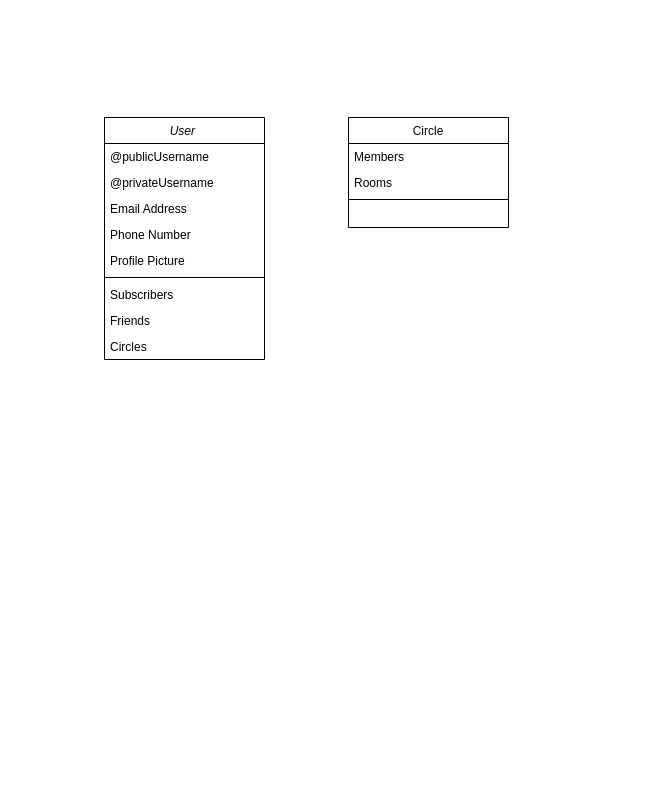
Before: MingleAir.drawio in qadeersan/MingleAir, a draw.io diagram. Source tidied: cells renumbered, new cells numbered last; positions are measured from the earlier drawing's top-left corner, leaving out a move shared by most shapes. Both pictures are drawn from the tidied source at 100%, with x=0, y=0 at pixel (104, 117).
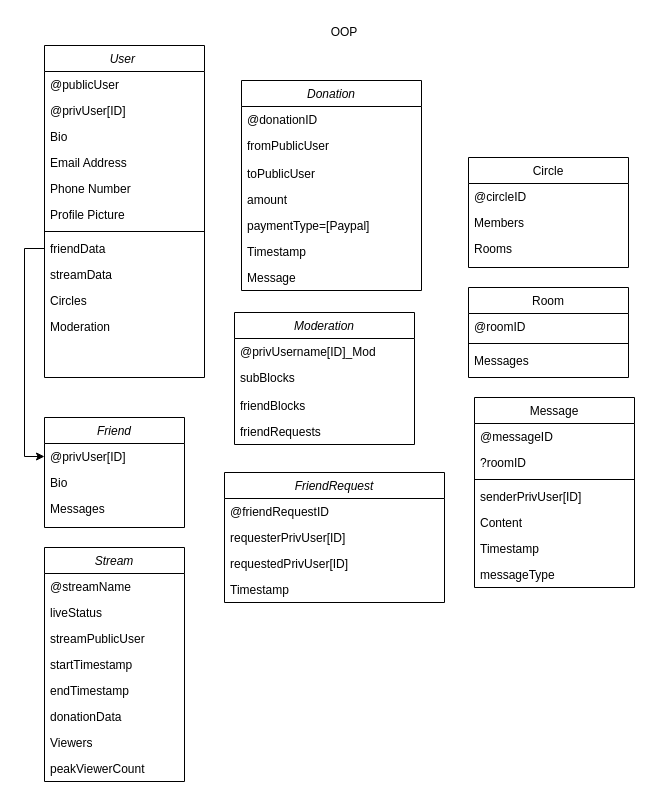
The same page after the edit.

Diff of the diagram source:
```diff
@@
     <mxCell id="2" value="User " style="swimlane;fontStyle=2;align=center;verticalAlign=top;horizontal=1;startSize=26;rounded=0;shadow=0;strokeWidth=1;" parent="1" vertex="1">
-      <mxGeometry width="160" height="242" as="geometry" />
+      <mxGeometry x="-60" y="-72" width="160" height="332" as="geometry" />
     </mxCell>
-    <mxCell id="3" value="@publicUsername" style="text;align=left;verticalAlign=top;spacingLeft=4;spacingRight=4;overflow=hidden;" parent="2" vertex="1">
+    <mxCell id="3" value="@publicUser" style="text;align=left;verticalAlign=top;spacingLeft=4;spacingRight=4;overflow=hidden;" parent="2" vertex="1">
       <mxGeometry y="26" width="160" height="26" as="geometry" />
     </mxCell>
-    <mxCell id="4" value="@privateUsername" style="text;align=left;verticalAlign=top;spacingLeft=4;spacingRight=4;overflow=hidden;rounded=0;shadow=0;html=0;" parent="2" vertex="1">
+    <mxCell id="4" value="@privUser[ID]" style="text;align=left;verticalAlign=top;spacingLeft=4;spacingRight=4;overflow=hidden;rounded=0;shadow=0;html=0;" parent="2" vertex="1">
       <mxGeometry y="52" width="160" height="26" as="geometry" />
     </mxCell>
+    <mxCell id="16" value="Bio" style="text;align=left;verticalAlign=top;spacingLeft=4;spacingRight=4;overflow=hidden;rounded=0;shadow=0;html=0;" parent="2" vertex="1">
+      <mxGeometry y="78" width="160" height="26" as="geometry" />
+    </mxCell>
     <mxCell id="5" value="Email Address" style="text;align=left;verticalAlign=top;spacingLeft=4;spacingRight=4;overflow=hidden;rounded=0;shadow=0;html=0;" parent="2" vertex="1">
-      <mxGeometry y="78" width="160" height="26" as="geometry" />
+      <mxGeometry y="104" width="160" height="26" as="geometry" />
     </mxCell>
     <mxCell id="6" value="Phone Number" style="text;align=left;verticalAlign=top;spacingLeft=4;spacingRight=4;overflow=hidden;rounded=0;shadow=0;html=0;" parent="2" vertex="1">
-      <mxGeometry y="104" width="160" height="26" as="geometry" />
+      <mxGeometry y="130" width="160" height="26" as="geometry" />
     </mxCell>
     <mxCell id="7" value="Profile Picture" style="text;align=left;verticalAlign=top;spacingLeft=4;spacingRight=4;overflow=hidden;rounded=0;shadow=0;html=0;" parent="2" vertex="1">
-      <mxGeometry y="130" width="160" height="26" as="geometry" />
+      <mxGeometry y="156" width="160" height="26" as="geometry" />
     </mxCell>
     <mxCell id="8" style="line;html=1;strokeWidth=1;align=left;verticalAlign=middle;spacingTop=-1;spacingLeft=3;spacingRight=3;labelPosition=right;" parent="2" vertex="1">
-      <mxGeometry y="156" width="160" height="8" as="geometry" />
+      <mxGeometry y="182" width="160" height="8" as="geometry" />
     </mxCell>
-    <mxCell id="9" value="Subscribers" style="text;align=left;verticalAlign=top;spacingLeft=4;spacingRight=4;overflow=hidden;rounded=0;shadow=0;html=0;" parent="2" vertex="1">
-      <mxGeometry y="164" width="160" height="26" as="geometry" />
-    </mxCell>
-    <mxCell id="10" value="Friends" style="text;align=left;verticalAlign=top;spacingLeft=4;spacingRight=4;overflow=hidden;points=[[0,0.5],[1,0.5]];portConstraint=eastwest;rounded=0;shadow=0;html=0;" parent="2" vertex="1">
+    <mxCell id="10" value="friendData" style="text;align=left;verticalAlign=top;spacingLeft=4;spacingRight=4;overflow=hidden;points=[[0,0.5],[1,0.5]];portConstraint=eastwest;rounded=0;shadow=0;html=0;" parent="2" vertex="1">
       <mxGeometry y="190" width="160" height="26" as="geometry" />
     </mxCell>
+    <mxCell id="17" value="streamData" style="text;align=left;verticalAlign=top;spacingLeft=4;spacingRight=4;overflow=hidden;rounded=0;shadow=0;html=0;" parent="2" vertex="1">
+      <mxGeometry y="216" width="160" height="26" as="geometry" />
+    </mxCell>
     <mxCell id="11" value="Circles" style="text;align=left;verticalAlign=top;spacingLeft=4;spacingRight=4;overflow=hidden;rounded=0;shadow=0;html=0;" parent="2" vertex="1">
-      <mxGeometry y="216" width="160" height="26" as="geometry" />
+      <mxGeometry y="242" width="160" height="26" as="geometry" />
     </mxCell>
+    <mxCell id="18" value="Moderation" style="text;align=left;verticalAlign=top;spacingLeft=4;spacingRight=4;overflow=hidden;rounded=0;shadow=0;html=0;" parent="2" vertex="1">
+      <mxGeometry y="268" width="160" height="26" as="geometry" />
+    </mxCell>
     <mxCell id="12" value="Circle" style="swimlane;fontStyle=0;align=center;verticalAlign=top;horizontal=1;startSize=26;rounded=0;shadow=0;strokeWidth=1;" parent="1" vertex="1">
-      <mxGeometry x="244" width="160" height="110" as="geometry" />
+      <mxGeometry x="364" y="40" width="160" height="110" as="geometry" />
     </mxCell>
+    <mxCell id="19" value="@circleID" style="text;align=left;verticalAlign=top;spacingLeft=4;spacingRight=4;overflow=hidden;" parent="12" vertex="1">
+      <mxGeometry y="26" width="160" height="26" as="geometry" />
+    </mxCell>
     <mxCell id="13" value="Members" style="text;align=left;verticalAlign=top;spacingLeft=4;spacingRight=4;overflow=hidden;" parent="12" vertex="1">
-      <mxGeometry y="26" width="160" height="26" as="geometry" />
+      <mxGeometry y="52" width="160" height="26" as="geometry" />
     </mxCell>
     <mxCell id="14" value="Rooms" style="text;align=left;verticalAlign=top;spacingLeft=4;spacingRight=4;overflow=hidden;rounded=0;shadow=0;html=0;" parent="12" vertex="1">
-      <mxGeometry y="52" width="160" height="26" as="geometry" />
+      <mxGeometry y="78" width="160" height="26" as="geometry" />
     </mxCell>
+    <mxCell id="20" value="OOP" style="text;html=1;strokeColor=none;fillColor=none;align=center;verticalAlign=middle;whiteSpace=wrap;rounded=0;" parent="1" vertex="1">
+      <mxGeometry x="210" y="-100" width="60" height="30" as="geometry" />
+    </mxCell>
+    <mxCell id="21" value="Room" style="swimlane;fontStyle=0;align=center;verticalAlign=top;horizontal=1;startSize=26;rounded=0;shadow=0;strokeWidth=1;" parent="1" vertex="1">
+      <mxGeometry x="364" y="170" width="160" height="90" as="geometry" />
+    </mxCell>
+    <mxCell id="22" value="@roomID" style="text;align=left;verticalAlign=top;spacingLeft=4;spacingRight=4;overflow=hidden;" parent="21" vertex="1">
+      <mxGeometry y="26" width="160" height="26" as="geometry" />
+    </mxCell>
+    <mxCell id="23" style="line;html=1;strokeWidth=1;align=left;verticalAlign=middle;spacingTop=-1;spacingLeft=3;spacingRight=3;labelPosition=right;" parent="21" vertex="1">
+      <mxGeometry y="52" width="160" height="8" as="geometry" />
+    </mxCell>
+    <mxCell id="24" value="Messages" style="text;align=left;verticalAlign=top;spacingLeft=4;spacingRight=4;overflow=hidden;" parent="21" vertex="1">
+      <mxGeometry y="60" width="160" height="26" as="geometry" />
+    </mxCell>
+    <mxCell id="25" value="Moderation" style="swimlane;fontStyle=2;align=center;verticalAlign=top;horizontal=1;startSize=26;rounded=0;shadow=0;strokeWidth=1;" parent="1" vertex="1">
+      <mxGeometry x="130" y="195" width="180" height="132" as="geometry" />
+    </mxCell>
+    <mxCell id="26" value="@privUsername[ID]_Mod" style="text;align=left;verticalAlign=top;spacingLeft=4;spacingRight=4;overflow=hidden;" parent="25" vertex="1">
+      <mxGeometry y="26" width="180" height="26" as="geometry" />
+    </mxCell>
+    <mxCell id="27" value="subBlocks" style="text;align=left;verticalAlign=top;spacingLeft=4;spacingRight=4;overflow=hidden;rounded=0;shadow=0;html=0;" parent="25" vertex="1">
+      <mxGeometry y="52" width="180" height="28" as="geometry" />
+    </mxCell>
+    <mxCell id="28" value="friendBlocks" style="text;align=left;verticalAlign=top;spacingLeft=4;spacingRight=4;overflow=hidden;rounded=0;shadow=0;html=0;" parent="25" vertex="1">
+      <mxGeometry y="80" width="180" height="26" as="geometry" />
+    </mxCell>
+    <mxCell id="29" value="friendRequests" style="text;align=left;verticalAlign=top;spacingLeft=4;spacingRight=4;overflow=hidden;rounded=0;shadow=0;html=0;" parent="25" vertex="1">
+      <mxGeometry y="106" width="180" height="26" as="geometry" />
+    </mxCell>
+    <mxCell id="30" value="FriendRequest" style="swimlane;fontStyle=2;align=center;verticalAlign=top;horizontal=1;startSize=26;rounded=0;shadow=0;strokeWidth=1;" parent="1" vertex="1">
+      <mxGeometry x="120" y="355" width="220" height="130" as="geometry" />
+    </mxCell>
+    <mxCell id="31" value="@friendRequestID" style="text;align=left;verticalAlign=top;spacingLeft=4;spacingRight=4;overflow=hidden;" parent="30" vertex="1">
+      <mxGeometry y="26" width="220" height="26" as="geometry" />
+    </mxCell>
+    <mxCell id="32" value="requesterPrivUser[ID]" style="text;align=left;verticalAlign=top;spacingLeft=4;spacingRight=4;overflow=hidden;rounded=0;shadow=0;html=0;" parent="30" vertex="1">
+      <mxGeometry y="52" width="220" height="26" as="geometry" />
+    </mxCell>
+    <mxCell id="33" value="requestedPrivUser[ID]" style="text;align=left;verticalAlign=top;spacingLeft=4;spacingRight=4;overflow=hidden;rounded=0;shadow=0;html=0;" parent="30" vertex="1">
+      <mxGeometry y="78" width="220" height="26" as="geometry" />
+    </mxCell>
+    <mxCell id="34" value="Timestamp" style="text;align=left;verticalAlign=top;spacingLeft=4;spacingRight=4;overflow=hidden;rounded=0;shadow=0;html=0;" parent="30" vertex="1">
+      <mxGeometry y="104" width="220" height="26" as="geometry" />
+    </mxCell>
+    <mxCell id="35" value="Message" style="swimlane;fontStyle=0;align=center;verticalAlign=top;horizontal=1;startSize=26;rounded=0;shadow=0;strokeWidth=1;" parent="1" vertex="1">
+      <mxGeometry x="370" y="280" width="160" height="190" as="geometry" />
+    </mxCell>
+    <mxCell id="36" value="@messageID" style="text;align=left;verticalAlign=top;spacingLeft=4;spacingRight=4;overflow=hidden;" parent="35" vertex="1">
+      <mxGeometry y="26" width="160" height="26" as="geometry" />
+    </mxCell>
+    <mxCell id="37" value="?roomID" style="text;align=left;verticalAlign=top;spacingLeft=4;spacingRight=4;overflow=hidden;" parent="35" vertex="1">
+      <mxGeometry y="52" width="160" height="26" as="geometry" />
+    </mxCell>
-    <mxCell id="15" style="line;html=1;strokeWidth=1;align=left;verticalAlign=middle;spacingTop=-1;spacingLeft=3;spacingRight=3;labelPosition=right;" parent="12" vertex="1">
+    <mxCell id="15" style="line;html=1;strokeWidth=1;align=left;verticalAlign=middle;spacingTop=-1;spacingLeft=3;spacingRight=3;labelPosition=right;" parent="35" vertex="1">
       <mxGeometry y="78" width="160" height="8" as="geometry" />
     </mxCell>
+    <mxCell id="38" value="senderPrivUser[ID]" style="text;align=left;verticalAlign=top;spacingLeft=4;spacingRight=4;overflow=hidden;" parent="35" vertex="1">
+      <mxGeometry y="86" width="160" height="26" as="geometry" />
+    </mxCell>
+    <mxCell id="39" value="Content" style="text;align=left;verticalAlign=top;spacingLeft=4;spacingRight=4;overflow=hidden;" parent="35" vertex="1">
+      <mxGeometry y="112" width="160" height="26" as="geometry" />
+    </mxCell>
+    <mxCell id="40" value="Timestamp" style="text;align=left;verticalAlign=top;spacingLeft=4;spacingRight=4;overflow=hidden;" parent="35" vertex="1">
+      <mxGeometry y="138" width="160" height="26" as="geometry" />
+    </mxCell>
+    <mxCell id="41" value="messageType" style="text;align=left;verticalAlign=top;spacingLeft=4;spacingRight=4;overflow=hidden;" parent="35" vertex="1">
+      <mxGeometry y="164" width="160" height="26" as="geometry" />
+    </mxCell>
+    <mxCell id="42" value="Friend" style="swimlane;fontStyle=2;align=center;verticalAlign=top;horizontal=1;startSize=26;rounded=0;shadow=0;strokeWidth=1;" parent="1" vertex="1">
+      <mxGeometry x="-60" y="300" width="140" height="110" as="geometry" />
+    </mxCell>
+    <mxCell id="43" value="@privUser[ID]" style="text;align=left;verticalAlign=top;spacingLeft=4;spacingRight=4;overflow=hidden;points=[[0,0.5],[1,0.5]];portConstraint=eastwest;" parent="42" vertex="1">
+      <mxGeometry y="26" width="140" height="26" as="geometry" />
+    </mxCell>
+    <mxCell id="44" value="Bio" style="text;align=left;verticalAlign=top;spacingLeft=4;spacingRight=4;overflow=hidden;rounded=0;shadow=0;html=0;" parent="42" vertex="1">
+      <mxGeometry y="52" width="140" height="26" as="geometry" />
+    </mxCell>
+    <mxCell id="45" value="Messages" style="text;align=left;verticalAlign=top;spacingLeft=4;spacingRight=4;overflow=hidden;rounded=0;shadow=0;html=0;" parent="42" vertex="1">
+      <mxGeometry y="78" width="140" height="26" as="geometry" />
+    </mxCell>
+    <mxCell id="46" style="edgeStyle=orthogonalEdgeStyle;rounded=0;jettySize=auto;html=1;entryX=0;entryY=0.5;entryDx=0;entryDy=0;" parent="1" edge="1" source="10" target="43">
+      <mxGeometry relative="1" as="geometry" />
+    </mxCell>
+    <mxCell id="47" value="Donation" style="swimlane;fontStyle=2;align=center;verticalAlign=top;horizontal=1;startSize=26;rounded=0;shadow=0;strokeWidth=1;" parent="1" vertex="1">
+      <mxGeometry x="137" y="-37" width="180" height="210" as="geometry" />
+    </mxCell>
+    <mxCell id="48" value="@donationID" style="text;align=left;verticalAlign=top;spacingLeft=4;spacingRight=4;overflow=hidden;" parent="47" vertex="1">
+      <mxGeometry y="26" width="180" height="26" as="geometry" />
+    </mxCell>
+    <mxCell id="49" value="fromPublicUser" style="text;align=left;verticalAlign=top;spacingLeft=4;spacingRight=4;overflow=hidden;rounded=0;shadow=0;html=0;" parent="47" vertex="1">
+      <mxGeometry y="52" width="180" height="28" as="geometry" />
+    </mxCell>
+    <mxCell id="50" value="toPublicUser" style="text;align=left;verticalAlign=top;spacingLeft=4;spacingRight=4;overflow=hidden;rounded=0;shadow=0;html=0;" parent="47" vertex="1">
+      <mxGeometry y="80" width="180" height="26" as="geometry" />
+    </mxCell>
+    <mxCell id="51" value="amount" style="text;align=left;verticalAlign=top;spacingLeft=4;spacingRight=4;overflow=hidden;rounded=0;shadow=0;html=0;" parent="47" vertex="1">
+      <mxGeometry y="106" width="180" height="26" as="geometry" />
+    </mxCell>
+    <mxCell id="52" value="paymentType=[Paypal]" style="text;align=left;verticalAlign=top;spacingLeft=4;spacingRight=4;overflow=hidden;rounded=0;shadow=0;html=0;" parent="47" vertex="1">
+      <mxGeometry y="132" width="180" height="26" as="geometry" />
+    </mxCell>
+    <mxCell id="53" value="Timestamp" style="text;align=left;verticalAlign=top;spacingLeft=4;spacingRight=4;overflow=hidden;rounded=0;shadow=0;html=0;" parent="47" vertex="1">
+      <mxGeometry y="158" width="180" height="26" as="geometry" />
+    </mxCell>
+    <mxCell id="54" value="Message" style="text;align=left;verticalAlign=top;spacingLeft=4;spacingRight=4;overflow=hidden;rounded=0;shadow=0;html=0;" parent="47" vertex="1">
+      <mxGeometry y="184" width="180" height="26" as="geometry" />
+    </mxCell>
+    <mxCell id="55" value="Stream" style="swimlane;fontStyle=2;align=center;verticalAlign=top;horizontal=1;startSize=26;rounded=0;shadow=0;strokeWidth=1;" parent="1" vertex="1">
+      <mxGeometry x="-60" y="430" width="140" height="234" as="geometry" />
+    </mxCell>
+    <mxCell id="56" value="@streamName" style="text;align=left;verticalAlign=top;spacingLeft=4;spacingRight=4;overflow=hidden;" parent="55" vertex="1">
+      <mxGeometry y="26" width="140" height="26" as="geometry" />
+    </mxCell>
+    <mxCell id="57" value="liveStatus" style="text;align=left;verticalAlign=top;spacingLeft=4;spacingRight=4;overflow=hidden;rounded=0;shadow=0;html=0;" parent="55" vertex="1">
+      <mxGeometry y="52" width="140" height="26" as="geometry" />
+    </mxCell>
+    <mxCell id="58" value="streamPublicUser" style="text;align=left;verticalAlign=top;spacingLeft=4;spacingRight=4;overflow=hidden;rounded=0;shadow=0;html=0;" parent="55" vertex="1">
+      <mxGeometry y="78" width="140" height="26" as="geometry" />
+    </mxCell>
+    <mxCell id="59" value="startTimestamp" style="text;align=left;verticalAlign=top;spacingLeft=4;spacingRight=4;overflow=hidden;rounded=0;shadow=0;html=0;" parent="55" vertex="1">
+      <mxGeometry y="104" width="140" height="26" as="geometry" />
+    </mxCell>
+    <mxCell id="60" value="endTimestamp" style="text;align=left;verticalAlign=top;spacingLeft=4;spacingRight=4;overflow=hidden;rounded=0;shadow=0;html=0;" parent="55" vertex="1">
+      <mxGeometry y="130" width="140" height="26" as="geometry" />
+    </mxCell>
+    <mxCell id="61" value="donationData" style="text;align=left;verticalAlign=top;spacingLeft=4;spacingRight=4;overflow=hidden;rounded=0;shadow=0;html=0;" parent="55" vertex="1">
+      <mxGeometry y="156" width="140" height="26" as="geometry" />
+    </mxCell>
+    <mxCell id="62" value="Viewers" style="text;align=left;verticalAlign=top;spacingLeft=4;spacingRight=4;overflow=hidden;rounded=0;shadow=0;html=0;" parent="55" vertex="1">
+      <mxGeometry y="182" width="140" height="26" as="geometry" />
+    </mxCell>
+    <mxCell id="63" value="peakViewerCount" style="text;align=left;verticalAlign=top;spacingLeft=4;spacingRight=4;overflow=hidden;rounded=0;shadow=0;html=0;" parent="55" vertex="1">
+      <mxGeometry y="208" width="140" height="26" as="geometry" />
+    </mxCell>
```
